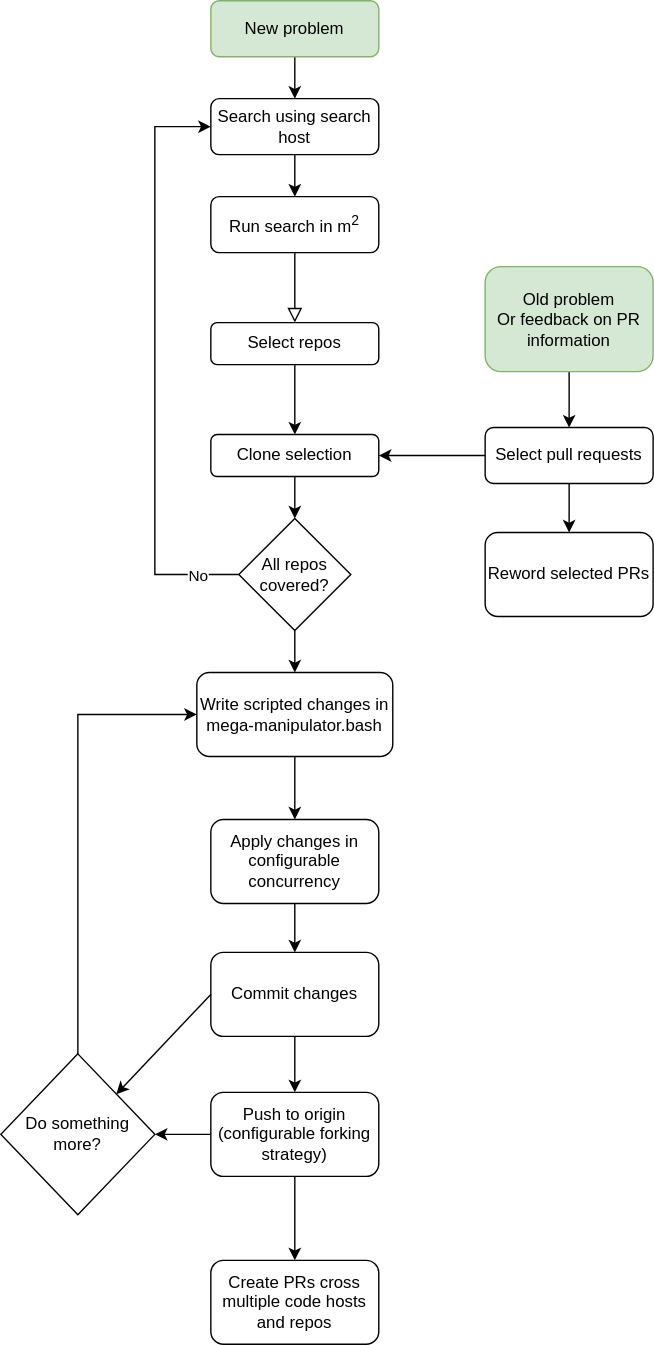
The draw.io diagram mega-manipulator-overall.svg in mega-manipulator/mega-manipulator, before a commit. Source tidied: cells renumbered, new cells last; positions are measured from the earlier drawing's top-left corner, leaving out a move shared by most shapes.
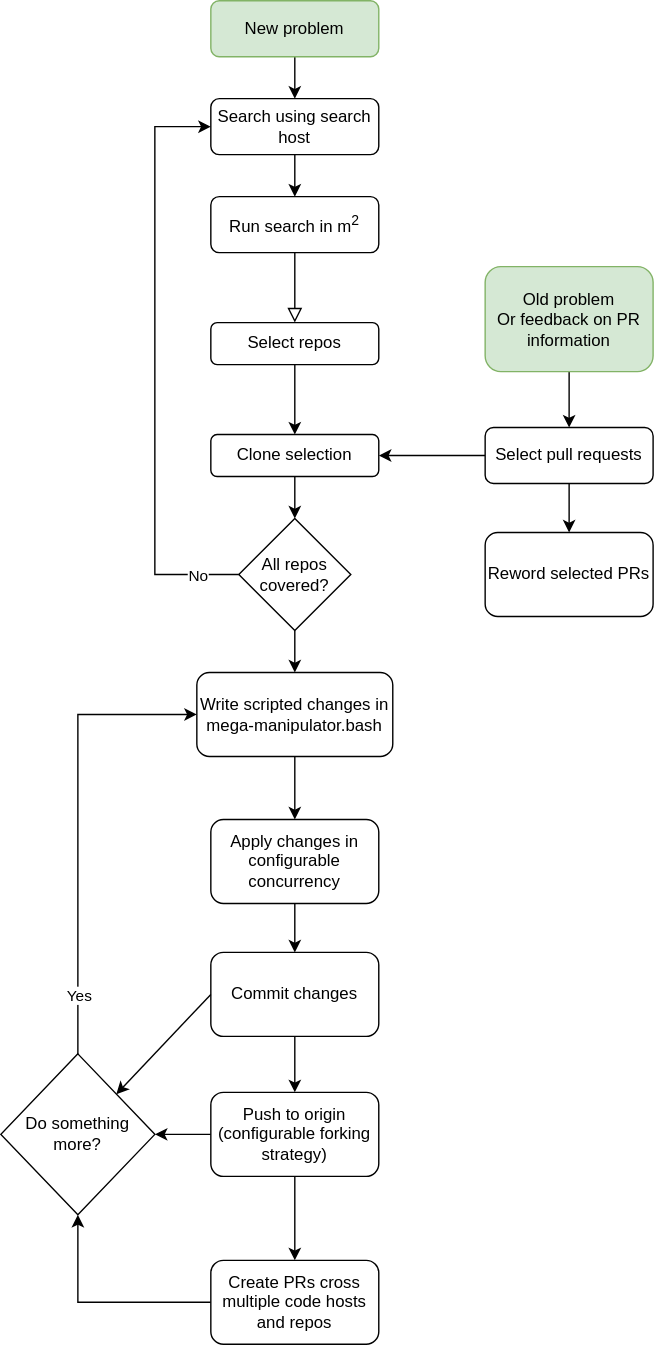
Later version of the same file.

Diff of the diagram source:
```diff
@@ -77,12 +77,20 @@
     <mxCell id="23" style="edgeStyle=orthogonalEdgeStyle;rounded=0;jettySize=auto;html=1;exitX=0.5;exitY=0;exitDx=0;exitDy=0;entryX=0;entryY=0.5;entryDx=0;entryDy=0;" parent="1" edge="1" source="24" target="15">
       <mxGeometry relative="1" as="geometry" />
     </mxCell>
+    <mxCell id="35" value="Yes" style="edgeLabel;html=1;align=center;verticalAlign=middle;" parent="23" vertex="1">
+      <mxGeometry x="-0.67" relative="1" as="geometry">
+        <mxPoint y="12" as="offset" />
+      </mxGeometry>
+    </mxCell>
     <mxCell id="24" value="Do something more?" style="rhombus;whiteSpace=wrap;html=1;" parent="1" vertex="1">
       <mxGeometry y="752.5" width="110" height="115" as="geometry" />
     </mxCell>
     <mxCell id="25" style="endArrow=classic;html=1;entryX=1;entryY=0;entryDx=0;entryDy=0;exitX=0;exitY=0.5;exitDx=0;exitDy=0;" parent="1" edge="1" source="22" target="24">
       <mxGeometry relative="1" as="geometry" />
     </mxCell>
+    <mxCell id="36" style="edgeStyle=orthogonalEdgeStyle;rounded=0;jettySize=auto;html=1;exitX=0;exitY=0.5;exitDx=0;exitDy=0;entryX=0.5;entryY=1;entryDx=0;entryDy=0;" parent="1" edge="1" source="26" target="24">
+      <mxGeometry relative="1" as="geometry" />
+    </mxCell>
     <mxCell id="26" value="Create PRs cross multiple code hosts and repos" style="rounded=1;whiteSpace=wrap;html=1;" parent="1" vertex="1">
       <mxGeometry x="150" y="900" width="120" height="60" as="geometry" />
     </mxCell>
```
